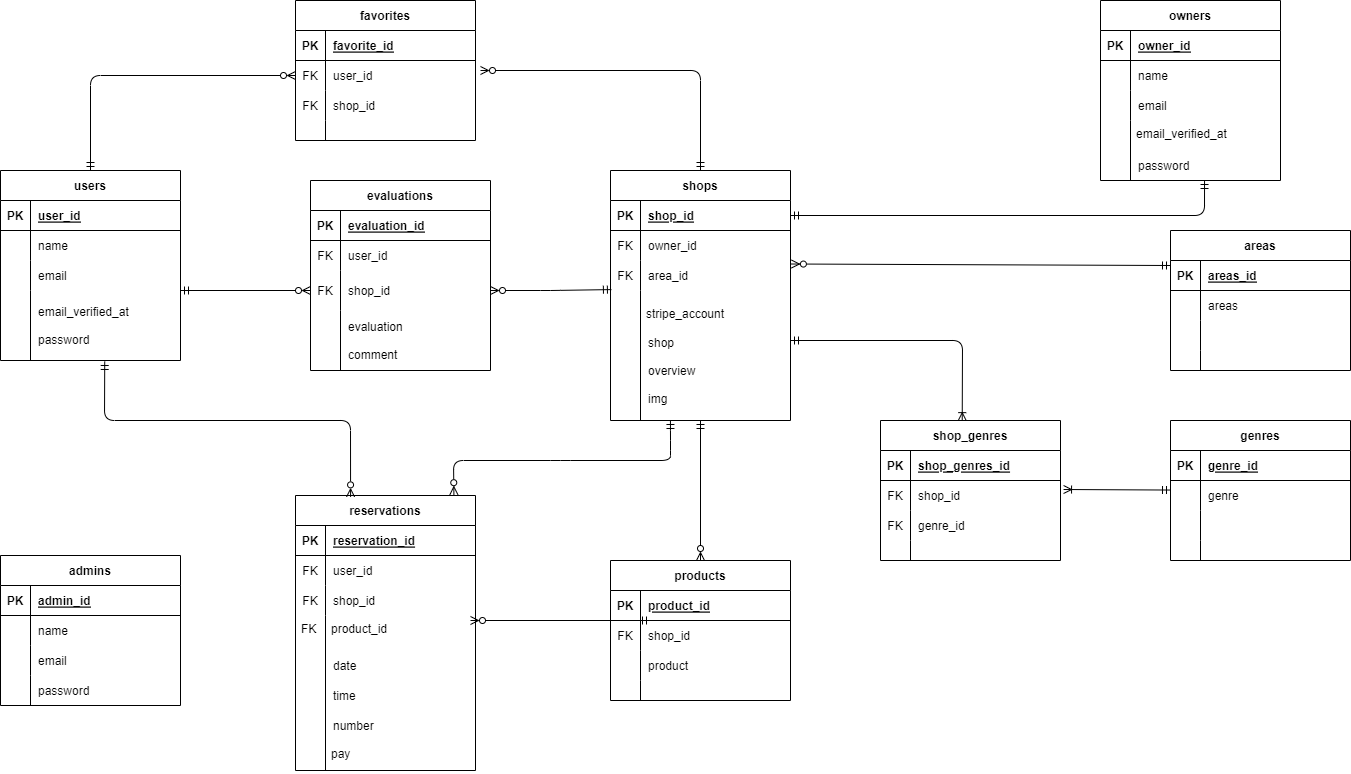
Above: reservation/reservation.drawio.png in nakagawa1573/images (draw.io), before the change. Source tidied: cells renumbered, new cells last; positions are measured from the earlier drawing's top-left corner, leaving out a move shared by most shapes.
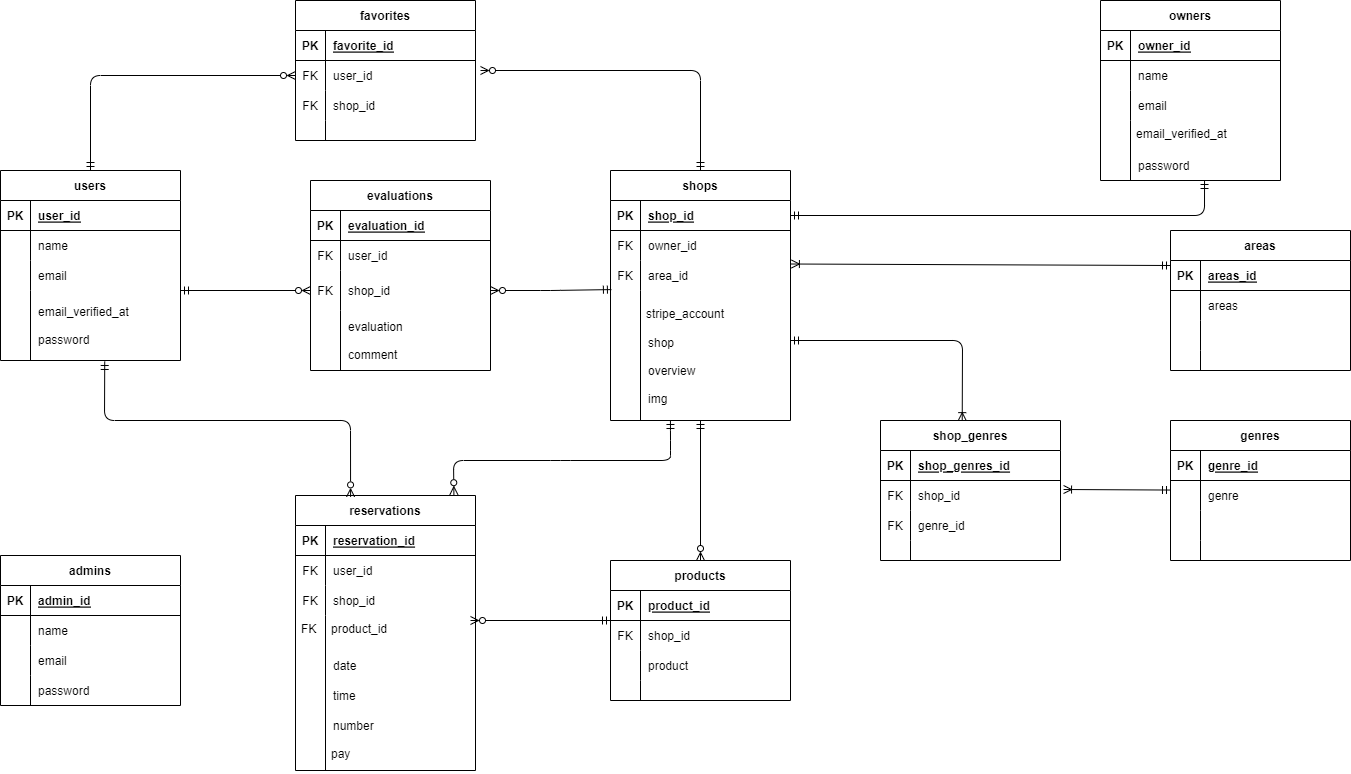
After the commit.

The edit, as a diff of the source:
```diff
@@ -245,7 +245,7 @@
     <mxCell id="75" style="shape=partialRectangle;fillColor=none;top=0;left=0;bottom=0;right=0;align=left;spacingLeft=6;overflow=hidden;" parent="73" vertex="1">
       <mxGeometry x="30" width="150" height="20" as="geometry" />
     </mxCell>
-    <mxCell id="76" style="edgeStyle=none;html=1;startArrow=ERmandOne;startFill=0;endArrow=ERzeroToMany;endFill=0;entryX=1.005;entryY=0.117;entryDx=0;entryDy=0;entryPerimeter=0;" parent="1" edge="1" target="26">
+    <mxCell id="76" style="edgeStyle=none;html=1;startArrow=ERmandOne;startFill=0;endArrow=ERoneToMany;endFill=0;entryX=1.005;entryY=0.117;entryDx=0;entryDy=0;entryPerimeter=0;" parent="1" edge="1" target="26">
       <mxGeometry relative="1" as="geometry">
         <mxPoint x="1170" y="265" as="sourcePoint" />
       </mxGeometry>
@@ -515,7 +515,7 @@
     <mxCell id="160" style="fontSize=12;html=1;endArrow=ERmandOne;endFill=0;startArrow=ERzeroToMany;startFill=0;" parent="1" edge="1">
       <mxGeometry relative="1" as="geometry">
         <mxPoint x="470" y="620" as="sourcePoint" />
-        <mxPoint x="650" y="620" as="targetPoint" />
+        <mxPoint x="610" y="620" as="targetPoint" />
       </mxGeometry>
     </mxCell>
     <mxCell id="161" value="product_id" style="text;strokeColor=none;fillColor=none;spacingLeft=4;spacingRight=4;overflow=hidden;fontSize=12;" parent="1" vertex="1">
```
